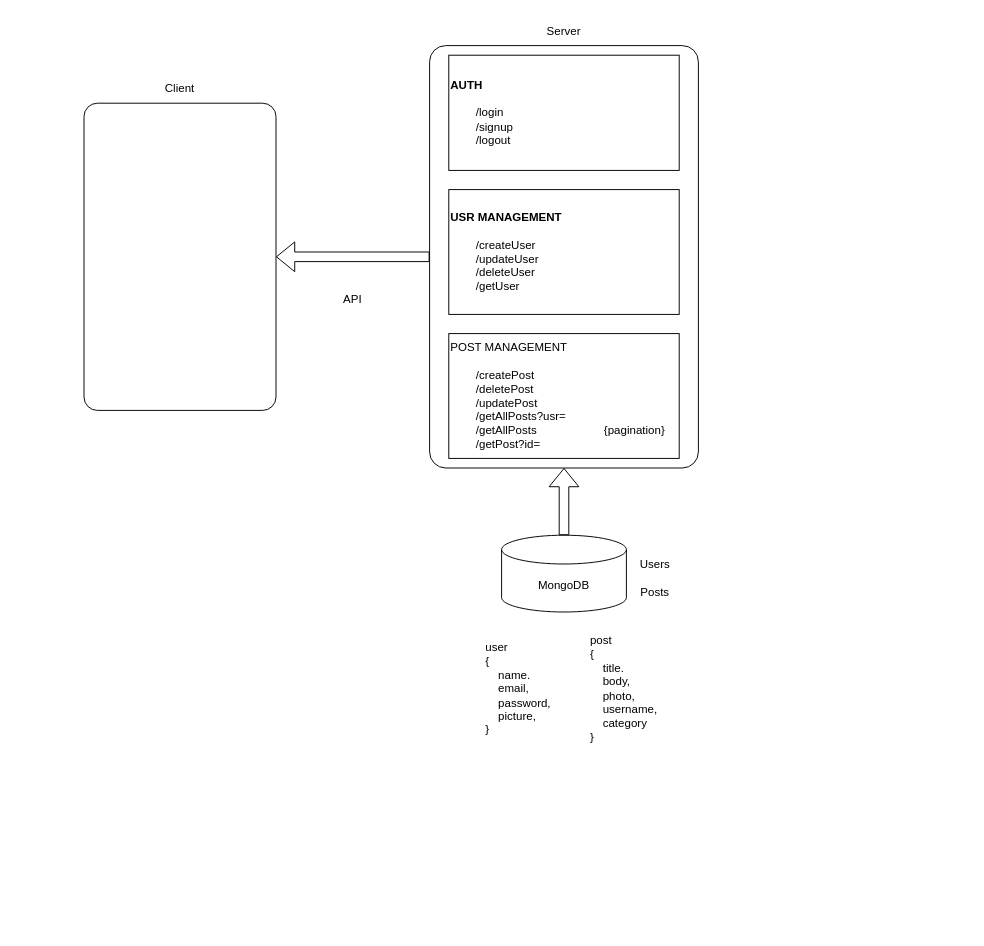
Earlier version of the draw.io diagram project-outline.drawio (HarshPratapSingh13/BlogApp). Source tidied: cells renumbered, new cells numbered last; positions are measured from the earlier drawing's top-left corner, leaving out a move shared by most shapes. Both pictures are drawn from the tidied source at 96%, with x=0, y=0 at pixel (84, 16).
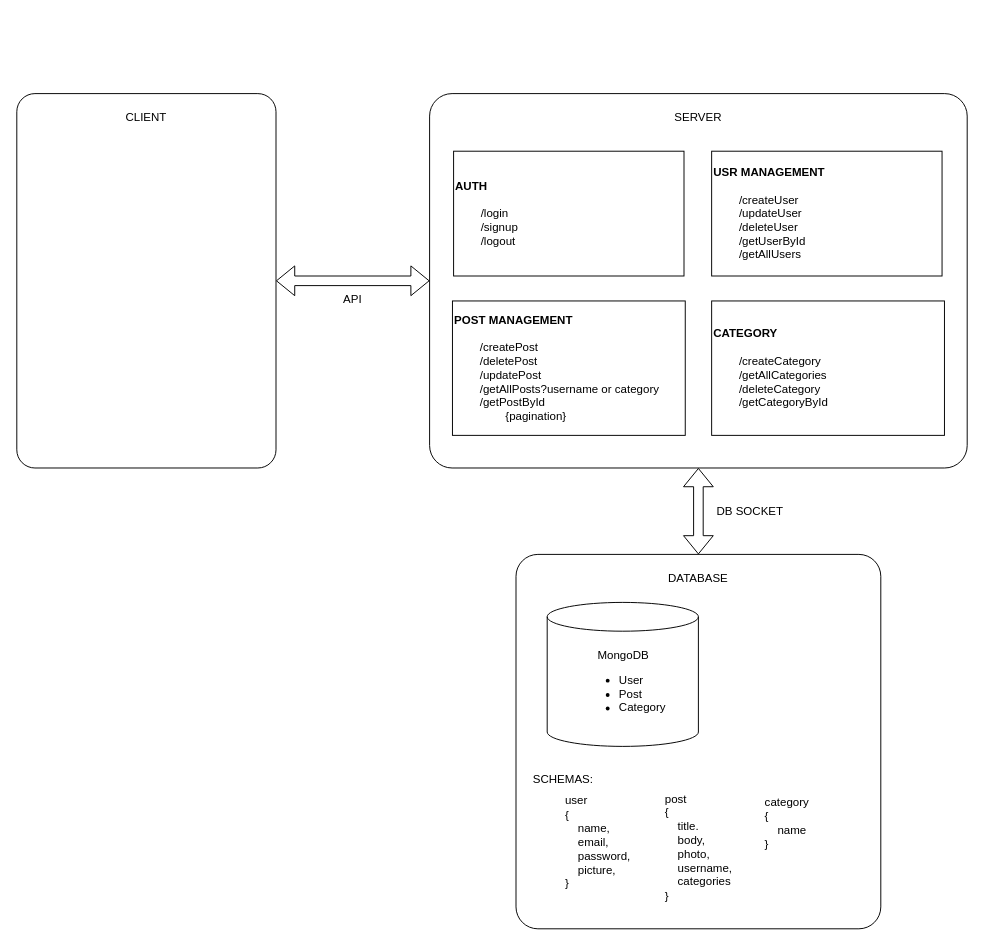
The same page after the edit.

Commit message (it also covers changes not shown here):
Added the Post Routes

The edit, as a diff of the source:
```diff
@@
+    <mxCell id="16" style="rounded=1;whiteSpace=wrap;html=1;arcSize=6;" parent="1" vertex="1">
+      <mxGeometry x="450" y="560" width="380" height="390" as="geometry" />
+    </mxCell>
     <mxCell id="2" style="rounded=1;whiteSpace=wrap;html=1;arcSize=7;" parent="1" vertex="1">
-      <mxGeometry y="90" width="200" height="320" as="geometry" />
+      <mxGeometry x="-70" y="80" width="270" height="390" as="geometry" />
     </mxCell>
     <mxCell id="3" style="rounded=1;whiteSpace=wrap;html=1;arcSize=6;" parent="1" vertex="1">
-      <mxGeometry x="360" y="30" width="280" height="440" as="geometry" />
+      <mxGeometry x="360" y="80" width="560" height="390" as="geometry" />
     </mxCell>
-    <mxCell id="4" value="Client" style="text;html=1;strokeColor=none;fillColor=none;align=center;verticalAlign=middle;whiteSpace=wrap;rounded=0;" parent="1" vertex="1">
-      <mxGeometry x="70" y="60" width="60" height="30" as="geometry" />
+    <mxCell id="4" value="CLIENT" style="text;html=1;strokeColor=none;fillColor=none;align=center;verticalAlign=middle;whiteSpace=wrap;rounded=0;" parent="1" vertex="1">
+      <mxGeometry x="35" y="90" width="60" height="30" as="geometry" />
     </mxCell>
-    <mxCell id="5" value="Server" style="text;html=1;strokeColor=none;fillColor=none;align=center;verticalAlign=middle;whiteSpace=wrap;rounded=0;" parent="1" vertex="1">
-      <mxGeometry x="470" width="60" height="30" as="geometry" />
+    <mxCell id="5" value="SERVER" style="text;html=1;strokeColor=none;fillColor=none;align=center;verticalAlign=middle;whiteSpace=wrap;rounded=0;" parent="1" vertex="1">
+      <mxGeometry x="610" y="90" width="60" height="30" as="geometry" />
     </mxCell>
-    <mxCell id="6" style="shape=flexArrow;endArrow=classic;html=1;entryX=1;entryY=0.5;entryDx=0;entryDy=0;exitX=0;exitY=0.5;exitDx=0;exitDy=0;" parent="1" edge="1" source="3" target="2">
-      <mxGeometry relative="1" as="geometry" />
-    </mxCell>
@@
-    <mxCell id="8" value="MongoDB" style="shape=cylinder3;whiteSpace=wrap;html=1;boundedLbl=1;backgroundOutline=1;size=15;" parent="1" vertex="1">
-      <mxGeometry x="435" y="540" width="130" height="80" as="geometry" />
+    <mxCell id="8" value="MongoDB&lt;br&gt;&lt;div style=&quot;text-align: left;&quot;&gt;&lt;ul&gt;&lt;li&gt;&lt;span style=&quot;background-color: initial;&quot;&gt;User&lt;/span&gt;&lt;/li&gt;&lt;li&gt;&lt;span style=&quot;background-color: initial;&quot;&gt;Post&lt;/span&gt;&lt;/li&gt;&lt;li&gt;&lt;span style=&quot;background-color: initial;&quot;&gt;Category&lt;/span&gt;&lt;/li&gt;&lt;/ul&gt;&lt;/div&gt;" style="shape=cylinder3;whiteSpace=wrap;html=1;boundedLbl=1;backgroundOutline=1;size=15;" parent="1" vertex="1">
+      <mxGeometry x="482.5" y="610" width="157.5" height="150" as="geometry" />
     </mxCell>
-    <mxCell id="9" style="shape=flexArrow;endArrow=classic;html=1;entryX=0.5;entryY=1;entryDx=0;entryDy=0;exitX=0.5;exitY=0;exitDx=0;exitDy=0;exitPerimeter=0;" parent="1" edge="1" source="8" target="3">
-      <mxGeometry relative="1" as="geometry" />
-    </mxCell>
-    <mxCell id="10" value="Users&lt;br&gt;&lt;br&gt;Posts" style="text;html=1;strokeColor=none;fillColor=none;align=center;verticalAlign=middle;whiteSpace=wrap;rounded=0;" parent="1" vertex="1">
-      <mxGeometry x="565" y="550" width="60" height="70" as="geometry" />
-    </mxCell>
-    <mxCell id="11" value="&lt;div style=&quot;text-align: left;&quot;&gt;&lt;span style=&quot;background-color: initial;&quot;&gt;user&amp;nbsp;&lt;/span&gt;&lt;/div&gt;&lt;div style=&quot;text-align: left;&quot;&gt;&lt;span style=&quot;background-color: initial;&quot;&gt;{&lt;br&gt;&amp;nbsp; &amp;nbsp; name.&lt;br&gt;&amp;nbsp; &amp;nbsp; email,&lt;br&gt;&amp;nbsp; &amp;nbsp; password,&lt;br&gt;&amp;nbsp; &amp;nbsp; picture,&lt;/span&gt;&lt;/div&gt;&lt;div style=&quot;text-align: left;&quot;&gt;&lt;span style=&quot;background-color: initial;&quot;&gt;}&lt;/span&gt;&lt;/div&gt;" style="text;html=1;strokeColor=none;fillColor=none;align=center;verticalAlign=middle;whiteSpace=wrap;rounded=0;" parent="1" vertex="1">
-      <mxGeometry x="400" y="640" width="105" height="120" as="geometry" />
+    <mxCell id="11" value="&lt;div style=&quot;text-align: left;&quot;&gt;&lt;span style=&quot;background-color: initial;&quot;&gt;user&amp;nbsp;&lt;/span&gt;&lt;/div&gt;&lt;div style=&quot;text-align: left;&quot;&gt;&lt;span style=&quot;background-color: initial;&quot;&gt;{&lt;br&gt;&amp;nbsp; &amp;nbsp; name,&lt;br&gt;&amp;nbsp; &amp;nbsp; email,&lt;br&gt;&amp;nbsp; &amp;nbsp; password,&lt;br&gt;&amp;nbsp; &amp;nbsp; picture,&lt;/span&gt;&lt;/div&gt;&lt;div style=&quot;text-align: left;&quot;&gt;&lt;span style=&quot;background-color: initial;&quot;&gt;}&lt;/span&gt;&lt;/div&gt;" style="text;html=1;strokeColor=none;fillColor=none;align=center;verticalAlign=middle;whiteSpace=wrap;rounded=0;" parent="1" vertex="1">
+      <mxGeometry x="482.5" y="810" width="105" height="100" as="geometry" />
     </mxCell>
-    <mxCell id="12" value="&lt;div style=&quot;text-align: left;&quot;&gt;&lt;span style=&quot;background-color: initial;&quot;&gt;post&lt;br&gt;{&lt;/span&gt;&lt;br&gt;&lt;/div&gt;&lt;div style=&quot;text-align: left;&quot;&gt;&lt;span style=&quot;background-color: initial;&quot;&gt;&amp;nbsp; &amp;nbsp; title.&lt;br&gt;&amp;nbsp; &amp;nbsp; body,&lt;br&gt;&amp;nbsp; &amp;nbsp; photo,&lt;br&gt;&amp;nbsp; &amp;nbsp; username,&lt;br&gt;&amp;nbsp; &amp;nbsp; category&lt;/span&gt;&lt;/div&gt;&lt;div style=&quot;text-align: left;&quot;&gt;&lt;span style=&quot;background-color: initial;&quot;&gt;}&lt;/span&gt;&lt;/div&gt;" style="text;html=1;strokeColor=none;fillColor=none;align=center;verticalAlign=middle;whiteSpace=wrap;rounded=0;" parent="1" vertex="1">
-      <mxGeometry x="510" y="640" width="105" height="120" as="geometry" />
+    <mxCell id="12" value="&lt;div style=&quot;text-align: left;&quot;&gt;&lt;span style=&quot;background-color: initial;&quot;&gt;post&lt;br&gt;{&lt;/span&gt;&lt;br&gt;&lt;/div&gt;&lt;div style=&quot;text-align: left;&quot;&gt;&lt;span style=&quot;background-color: initial;&quot;&gt;&amp;nbsp; &amp;nbsp; title.&lt;br&gt;&amp;nbsp; &amp;nbsp; body,&lt;br&gt;&amp;nbsp; &amp;nbsp; photo,&lt;br&gt;&amp;nbsp; &amp;nbsp; username,&lt;br&gt;&amp;nbsp; &amp;nbsp; categories&lt;/span&gt;&lt;/div&gt;&lt;div style=&quot;text-align: left;&quot;&gt;&lt;span style=&quot;background-color: initial;&quot;&gt;}&lt;/span&gt;&lt;/div&gt;" style="text;html=1;strokeColor=none;fillColor=none;align=center;verticalAlign=middle;whiteSpace=wrap;rounded=0;" parent="1" vertex="1">
+      <mxGeometry x="587.5" y="810" width="105" height="110" as="geometry" />
     </mxCell>
-    <mxCell id="13" value="&lt;b&gt;USR MANAGEMENT&lt;br&gt;&lt;/b&gt;&lt;br&gt;&lt;span style=&quot;white-space: pre;&quot;&gt;&#9;&lt;/span&gt;/createUser&lt;br&gt;&lt;span style=&quot;white-space: pre;&quot;&gt;&#9;&lt;/span&gt;/updateUser&lt;br&gt;&lt;span style=&quot;white-space: pre;&quot;&gt;&#9;&lt;/span&gt;/deleteUser&lt;br&gt;&lt;span style=&quot;white-space: pre;&quot;&gt;&#9;&lt;/span&gt;/getUser" style="rounded=0;whiteSpace=wrap;html=1;align=left;" parent="1" vertex="1">
-      <mxGeometry x="380" y="180" width="240" height="130" as="geometry" />
+    <mxCell id="13" value="&lt;b&gt;USR MANAGEMENT&lt;br&gt;&lt;/b&gt;&lt;br&gt;&lt;span style=&quot;white-space: pre;&quot;&gt;&#9;&lt;/span&gt;/createUser&lt;br&gt;&lt;span style=&quot;white-space: pre;&quot;&gt;&#9;&lt;/span&gt;/updateUser&lt;br&gt;&lt;span style=&quot;white-space: pre;&quot;&gt;&#9;&lt;/span&gt;/deleteUser&lt;br&gt;&lt;span style=&quot;white-space: pre;&quot;&gt;&#9;&lt;/span&gt;/getUserById&lt;br&gt;&lt;span style=&quot;white-space: pre;&quot;&gt;&#9;&lt;/span&gt;/getAllUsers" style="rounded=0;whiteSpace=wrap;html=1;align=left;" parent="1" vertex="1">
+      <mxGeometry x="653.8" y="140" width="240" height="130" as="geometry" />
     </mxCell>
-    <mxCell id="14" value="POST MANAGEMENT&lt;br&gt;&lt;br&gt;&lt;span style=&quot;white-space: pre;&quot;&gt;&#9;&lt;/span&gt;/createPost&lt;br&gt;&lt;span style=&quot;white-space: pre;&quot;&gt;&#9;&lt;/span&gt;/deletePost&lt;br&gt;&lt;span style=&quot;white-space: pre;&quot;&gt;&#9;&lt;/span&gt;/updatePost&lt;br&gt;&lt;span style=&quot;white-space: pre;&quot;&gt;&#9;&lt;/span&gt;/getAllPosts?usr=&lt;br&gt;&lt;span style=&quot;white-space: pre;&quot;&gt;&#9;&lt;/span&gt;/getAllPosts&lt;span style=&quot;white-space: pre;&quot;&gt;&#9;&lt;/span&gt;&lt;span style=&quot;white-space: pre;&quot;&gt;&#9;&lt;/span&gt;&lt;span style=&quot;white-space: pre;&quot;&gt;&#9;&lt;/span&gt;{pagination}&lt;br&gt;&lt;span style=&quot;white-space: pre;&quot;&gt;&#9;&lt;/span&gt;/getPost?id=" style="rounded=0;whiteSpace=wrap;html=1;align=left;" parent="1" vertex="1">
-      <mxGeometry x="380" y="330" width="240" height="130" as="geometry" />
+    <mxCell id="14" value="&lt;b&gt;POST MANAGEMENT&lt;br&gt;&lt;/b&gt;&lt;br&gt;&lt;span style=&quot;&quot;&gt;&#9;&lt;/span&gt;&lt;span style=&quot;white-space: pre;&quot;&gt;&#9;&lt;/span&gt;/createPost&lt;br&gt;&lt;span style=&quot;&quot;&gt;&#9;&lt;/span&gt;&lt;span style=&quot;white-space: pre;&quot;&gt;&#9;&lt;/span&gt;/deletePost&lt;br&gt;&lt;span style=&quot;&quot;&gt;&#9;&lt;/span&gt;&lt;span style=&quot;white-space: pre;&quot;&gt;&#9;&lt;/span&gt;/updatePost&lt;br&gt;&lt;span style=&quot;&quot;&gt;&#9;&lt;/span&gt;&lt;span style=&quot;white-space: pre;&quot;&gt;&#9;&lt;/span&gt;/getAllPosts?username or category&lt;br&gt;&lt;span style=&quot;white-space: pre;&quot;&gt;&#9;&lt;/span&gt;/getPostById&lt;br&gt;&lt;span style=&quot;white-space: pre;&quot;&gt;&#9;&lt;/span&gt;&lt;span style=&quot;white-space: pre;&quot;&gt;&#9;&lt;/span&gt;{pagination}" style="rounded=0;whiteSpace=wrap;html=1;align=left;" parent="1" vertex="1">
+      <mxGeometry x="383.8" y="296" width="242.5" height="140" as="geometry" />
     </mxCell>
     <mxCell id="15" value="&lt;b&gt;AUTH&lt;/b&gt;&lt;br&gt;&lt;br&gt;&lt;span style=&quot;white-space: pre;&quot;&gt;&#9;&lt;/span&gt;/login&lt;br&gt;&lt;span style=&quot;white-space: pre;&quot;&gt;&#9;&lt;/span&gt;/signup&lt;br&gt;&lt;span style=&quot;white-space: pre;&quot;&gt;&#9;&lt;/span&gt;/logout" style="rounded=0;whiteSpace=wrap;html=1;align=left;" parent="1" vertex="1">
-      <mxGeometry x="380" y="40" width="240" height="120" as="geometry" />
+      <mxGeometry x="385" y="140" width="240" height="130" as="geometry" />
     </mxCell>
+    <mxCell id="17" value="&lt;b&gt;CATEGORY&lt;/b&gt;&lt;br&gt;&lt;br&gt;&lt;span style=&quot;&quot;&gt;&#9;&lt;/span&gt;&lt;span style=&quot;white-space: pre;&quot;&gt;&#9;&lt;/span&gt;/createCategory&lt;br&gt;&lt;span style=&quot;&quot;&gt;&#9;&lt;/span&gt;&lt;span style=&quot;white-space: pre;&quot;&gt;&#9;&lt;/span&gt;/getAllCategories&lt;br&gt;&lt;span style=&quot;&quot;&gt;&#9;&lt;/span&gt;&lt;span style=&quot;white-space: pre;&quot;&gt;&#9;&lt;/span&gt;/deleteCategory&lt;br&gt;&lt;span style=&quot;white-space: pre;&quot;&gt;&#9;&lt;/span&gt;/getCategoryById" style="rounded=0;whiteSpace=wrap;html=1;align=left;" parent="1" vertex="1">
+      <mxGeometry x="653.8" y="296" width="242.5" height="140" as="geometry" />
+    </mxCell>
+    <mxCell id="18" style="shape=flexArrow;endArrow=classic;startArrow=classic;html=1;entryX=0;entryY=0.5;entryDx=0;entryDy=0;" parent="1" edge="1" source="2" target="3">
+      <mxGeometry relative="1" as="geometry" />
+    </mxCell>
+    <mxCell id="19" style="shape=flexArrow;endArrow=classic;startArrow=classic;html=1;entryX=0.5;entryY=1;entryDx=0;entryDy=0;exitX=0.5;exitY=0;exitDx=0;exitDy=0;" parent="1" edge="1" source="16" target="3">
+      <mxGeometry relative="1" as="geometry" />
+    </mxCell>
+    <mxCell id="20" value="&lt;div style=&quot;text-align: left;&quot;&gt;&lt;span style=&quot;background-color: initial;&quot;&gt;category&lt;br&gt;{&lt;/span&gt;&lt;br&gt;&lt;/div&gt;&lt;div style=&quot;text-align: left;&quot;&gt;&lt;span style=&quot;background-color: initial;&quot;&gt;&amp;nbsp; &amp;nbsp; name&lt;/span&gt;&lt;/div&gt;&lt;div style=&quot;text-align: left;&quot;&gt;&lt;span style=&quot;background-color: initial;&quot;&gt;}&lt;/span&gt;&lt;/div&gt;" style="text;html=1;strokeColor=none;fillColor=none;align=center;verticalAlign=middle;whiteSpace=wrap;rounded=0;" parent="1" vertex="1">
+      <mxGeometry x="680" y="810" width="105" height="60" as="geometry" />
+    </mxCell>
+    <mxCell id="21" value="DATABASE" style="text;html=1;strokeColor=none;fillColor=none;align=center;verticalAlign=middle;whiteSpace=wrap;rounded=0;" parent="1" vertex="1">
+      <mxGeometry x="610" y="570" width="60" height="30" as="geometry" />
+    </mxCell>
+    <mxCell id="22" value="SCHEMAS:" style="text;html=1;strokeColor=none;fillColor=none;align=left;verticalAlign=middle;whiteSpace=wrap;rounded=0;" parent="1" vertex="1">
+      <mxGeometry x="466.2" y="780" width="77.5" height="30" as="geometry" />
+    </mxCell>
+    <mxCell id="23" value="DB SOCKET" style="text;html=1;strokeColor=none;fillColor=none;align=center;verticalAlign=middle;whiteSpace=wrap;rounded=0;" parent="1" vertex="1">
+      <mxGeometry x="653.8" y="500" width="80" height="30" as="geometry" />
+    </mxCell>
```
